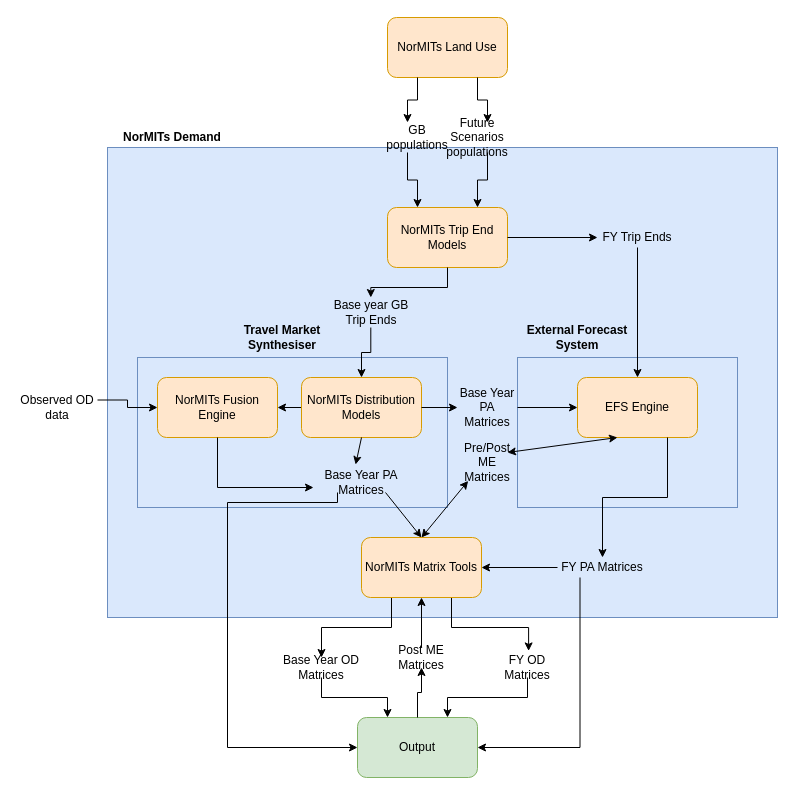
Earlier version of the draw.io diagram page "Demand Op Model" (1 of 2) of op_models/demand_op_model.drawio (Transport-for-the-North/NorMITs-Demand). Source tidied: cells renumbered, new cells numbered last; positions are measured from the earlier drawing's top-left corner, leaving out a move shared by most shapes. Both pictures are drawn from the tidied source at 100%, with x=0, y=0 at pixel (17, 17).
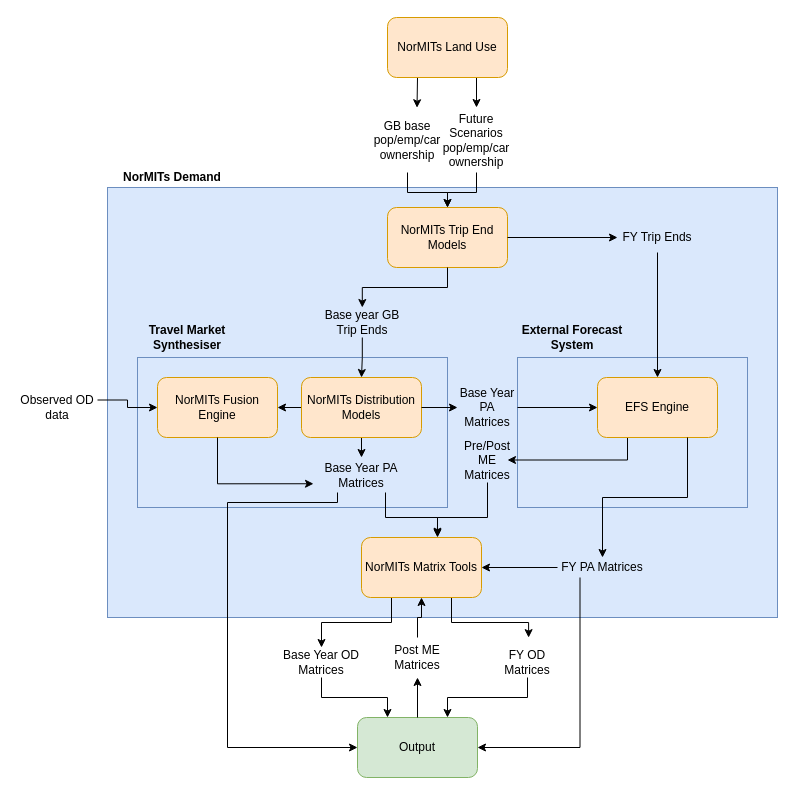
The same diagram, later.

The change refers to these unchanged cells:
```xml
<mxCell id="6" value="NorMITs Land Use" style="rounded=1;whiteSpace=wrap;html=1;fillColor=#ffe6cc;strokeColor=#d79b00;" parent="1" vertex="1">
  <mxGeometry x="370" width="120" height="60" as="geometry" />
</mxCell>
<mxCell id="9" value="NorMITs Trip End Models" style="rounded=1;whiteSpace=wrap;html=1;fillColor=#ffe6cc;strokeColor=#d79b00;" parent="1" vertex="1">
  <mxGeometry x="370" y="190" width="120" height="60" as="geometry" />
</mxCell>
<mxCell id="15" value="NorMITs Distribution Models" style="rounded=1;whiteSpace=wrap;html=1;fillColor=#ffe6cc;strokeColor=#d79b00;" parent="1" vertex="1">
  <mxGeometry x="284" y="360" width="120" height="60" as="geometry" />
</mxCell>
<mxCell id="18" value="NorMITs Matrix Tools" style="rounded=1;whiteSpace=wrap;html=1;fillColor=#ffe6cc;strokeColor=#d79b00;" parent="1" vertex="1">
  <mxGeometry x="344" y="520" width="120" height="60" as="geometry" />
</mxCell>
```

Change to the diagram source:
```diff
@@
     <mxCell id="2" style="rounded=0;whiteSpace=wrap;html=1;fillColor=#dae8fc;strokeColor=#6c8ebf;" parent="1" vertex="1">
-      <mxGeometry x="90" y="130" width="670" height="470" as="geometry" />
+      <mxGeometry x="90" y="170" width="670" height="430" as="geometry" />
     </mxCell>
@@
-    <mxCell id="4" style="edgeStyle=orthogonalEdgeStyle;rounded=0;jettySize=auto;html=1;exitX=0.25;exitY=1;exitDx=0;exitDy=0;entryX=0.25;entryY=0;entryDx=0;entryDy=0;" parent="1" edge="1" source="45" target="9">
-      <mxGeometry relative="1" as="geometry" />
-    </mxCell>
-    <mxCell id="5" style="edgeStyle=orthogonalEdgeStyle;rounded=0;jettySize=auto;html=1;exitX=0.75;exitY=1;exitDx=0;exitDy=0;entryX=0.75;entryY=0;entryDx=0;entryDy=0;" parent="1" edge="1" source="43" target="9">
-      <mxGeometry relative="1" as="geometry" />
-    </mxCell>
+    <mxCell id="44" style="edgeStyle=orthogonalEdgeStyle;rounded=0;jettySize=auto;html=1;exitX=0.75;exitY=1;exitDx=0;exitDy=0;entryX=0.5;entryY=0;entryDx=0;entryDy=0;" parent="1" edge="1" source="6" target="43">
+      <mxGeometry relative="1" as="geometry" />
+    </mxCell>
+    <mxCell id="46" style="edgeStyle=orthogonalEdgeStyle;rounded=0;jettySize=auto;html=1;exitX=0.25;exitY=1;exitDx=0;exitDy=0;entryX=0.619;entryY=0.004;entryDx=0;entryDy=0;entryPerimeter=0;" parent="1" edge="1" source="6" target="45">
+      <mxGeometry relative="1" as="geometry" />
+    </mxCell>
@@
     <mxCell id="7" value="NorMITs Demand" style="text;html=1;strokeColor=none;fillColor=none;align=center;verticalAlign=middle;whiteSpace=wrap;rounded=0;fontStyle=1;" parent="1" vertex="1">
-      <mxGeometry x="90" y="110" width="130" height="20" as="geometry" />
+      <mxGeometry x="90" y="150" width="130" height="20" as="geometry" />
     </mxCell>
@@
     <mxCell id="10" value="External Forecast System" style="text;html=1;strokeColor=none;fillColor=none;align=center;verticalAlign=middle;whiteSpace=wrap;rounded=0;fontStyle=1;" parent="1" vertex="1">
-      <mxGeometry x="505" y="310" width="110" height="20" as="geometry" />
+      <mxGeometry x="500" y="305" width="110" height="30" as="geometry" />
     </mxCell>
     <mxCell id="11" style="rounded=0;whiteSpace=wrap;html=1;fillColor=#dae8fc;strokeColor=#6c8ebf;" parent="1" vertex="1">
-      <mxGeometry x="500" y="340" width="220" height="150" as="geometry" />
+      <mxGeometry x="500" y="340" width="230" height="150" as="geometry" />
     </mxCell>
     <mxCell id="12" value="Travel Market Synthesiser" style="text;html=1;strokeColor=none;fillColor=none;align=center;verticalAlign=middle;whiteSpace=wrap;rounded=0;fontStyle=1;" parent="1" vertex="1">
-      <mxGeometry x="190" y="310" width="150" height="20" as="geometry" />
+      <mxGeometry x="120" y="305" width="100" height="30" as="geometry" />
     </mxCell>
@@
+    <mxCell id="29" style="edgeStyle=orthogonalEdgeStyle;rounded=0;jettySize=auto;html=1;exitX=0.5;exitY=1;exitDx=0;exitDy=0;entryX=0.5;entryY=0;entryDx=0;entryDy=0;" parent="1" edge="1" source="15" target="28">
+      <mxGeometry relative="1" as="geometry" />
+    </mxCell>
@@
-    <mxCell id="20" style="endArrow=classic;html=1;exitX=0.75;exitY=1;exitDx=0;exitDy=0;entryX=0.5;entryY=0;entryDx=0;entryDy=0;" parent="1" edge="1" source="28" target="18">
-      <mxGeometry relative="1" as="geometry" />
-    </mxCell>
@@
+    <mxCell id="55" style="edgeStyle=orthogonalEdgeStyle;rounded=0;jettySize=auto;html=1;exitX=0.25;exitY=1;exitDx=0;exitDy=0;entryX=1;entryY=0.5;entryDx=0;entryDy=0;" parent="1" edge="1" source="22" target="31">
+      <mxGeometry relative="1" as="geometry" />
+    </mxCell>
     <mxCell id="22" value="EFS Engine" style="rounded=1;whiteSpace=wrap;html=1;fillColor=#ffe6cc;strokeColor=#d79b00;" parent="1" vertex="1">
-      <mxGeometry x="560" y="360" width="120" height="60" as="geometry" />
+      <mxGeometry x="580" y="360" width="120" height="60" as="geometry" />
     </mxCell>
@@
+    <mxCell id="20" style="edgeStyle=orthogonalEdgeStyle;rounded=0;jettySize=auto;html=1;exitX=0.75;exitY=1;exitDx=0;exitDy=0;entryX=0.633;entryY=-0.022;entryDx=0;entryDy=0;entryPerimeter=0;" parent="1" edge="1" source="28" target="18">
+      <mxGeometry relative="1" as="geometry">
+        <Array as="points">
+          <mxPoint x="368" y="500" />
+          <mxPoint x="420" y="500" />
+        </Array>
+      </mxGeometry>
+    </mxCell>
     <mxCell id="28" value="Base Year PA Matrices" style="text;html=1;strokeColor=none;fillColor=none;align=center;verticalAlign=middle;whiteSpace=wrap;rounded=0;" parent="1" vertex="1">
-      <mxGeometry x="296" y="455" width="96" height="20" as="geometry" />
+      <mxGeometry x="296" y="440" width="96" height="35" as="geometry" />
     </mxCell>
-    <mxCell id="29" style="endArrow=classic;html=1;exitX=0.5;exitY=1;exitDx=0;exitDy=0;entryX=0.439;entryY=-0.397;entryDx=0;entryDy=0;entryPerimeter=0;" parent="1" edge="1" source="15" target="28">
-      <mxGeometry relative="1" as="geometry" />
-    </mxCell>
@@
+    <mxCell id="56" style="edgeStyle=orthogonalEdgeStyle;rounded=0;jettySize=auto;html=1;" parent="1" edge="1" source="31" target="18">
+      <mxGeometry relative="1" as="geometry">
+        <Array as="points">
+          <mxPoint x="470" y="500" />
+          <mxPoint x="420" y="500" />
+        </Array>
+      </mxGeometry>
+    </mxCell>
     <mxCell id="31" value="Pre/Post ME Matrices" style="text;html=1;strokeColor=none;fillColor=none;align=center;verticalAlign=middle;whiteSpace=wrap;rounded=0;" parent="1" vertex="1">
-      <mxGeometry x="450" y="435" width="40" height="20" as="geometry" />
+      <mxGeometry x="450" y="420" width="40" height="45" as="geometry" />
     </mxCell>
-    <mxCell id="32" style="endArrow=classic;startArrow=classic;html=1;exitX=0.5;exitY=0;exitDx=0;exitDy=0;entryX=0.016;entryY=1.421;entryDx=0;entryDy=0;entryPerimeter=0;" parent="1" edge="1" source="18" target="31">
-      <mxGeometry relative="1" as="geometry" />
-    </mxCell>
-    <mxCell id="33" style="endArrow=classic;startArrow=classic;html=1;exitX=1;exitY=0;exitDx=0;exitDy=0;entryX=0.333;entryY=1;entryDx=0;entryDy=0;entryPerimeter=0;" parent="1" edge="1" source="31" target="22">
-      <mxGeometry relative="1" as="geometry" />
-    </mxCell>
-    <mxCell id="34" style="edgeStyle=orthogonalEdgeStyle;rounded=0;jettySize=auto;html=1;exitX=0.5;exitY=0;exitDx=0;exitDy=0;entryX=0.5;entryY=1;entryDx=0;entryDy=0;" parent="1" edge="1" source="51" target="18">
-      <mxGeometry relative="1" as="geometry" />
-    </mxCell>
@@
     <mxCell id="40" value="FY OD Matrices" style="text;html=1;strokeColor=none;fillColor=none;align=center;verticalAlign=middle;whiteSpace=wrap;rounded=0;" parent="1" vertex="1">
-      <mxGeometry x="470" y="640" width="80" height="20" as="geometry" />
+      <mxGeometry x="470" y="630" width="80" height="30" as="geometry" />
     </mxCell>
@@
     <mxCell id="42" value="Base Year OD Matrices" style="text;html=1;strokeColor=none;fillColor=none;align=center;verticalAlign=middle;whiteSpace=wrap;rounded=0;" parent="1" vertex="1">
-      <mxGeometry x="264" y="640" width="80" height="20" as="geometry" />
+      <mxGeometry x="264" y="630" width="80" height="30" as="geometry" />
     </mxCell>
+    <mxCell id="5" style="edgeStyle=orthogonalEdgeStyle;rounded=0;jettySize=auto;html=1;exitX=0.5;exitY=1;exitDx=0;exitDy=0;entryX=0.5;entryY=0;entryDx=0;entryDy=0;" parent="1" edge="1" source="43" target="9">
+      <mxGeometry relative="1" as="geometry" />
+    </mxCell>
-    <mxCell id="43" value="Future Scenarios populations" style="text;html=1;strokeColor=none;fillColor=none;align=center;verticalAlign=middle;whiteSpace=wrap;rounded=0;" parent="1" vertex="1">
-      <mxGeometry x="440" y="105" width="40" height="30" as="geometry" />
+    <mxCell id="43" value="Future Scenarios pop/emp/car ownership" style="text;html=1;strokeColor=none;fillColor=none;align=center;verticalAlign=middle;whiteSpace=wrap;rounded=0;" parent="1" vertex="1">
+      <mxGeometry x="424" y="90" width="70" height="65" as="geometry" />
     </mxCell>
-    <mxCell id="44" style="edgeStyle=orthogonalEdgeStyle;rounded=0;jettySize=auto;html=1;exitX=0.75;exitY=1;exitDx=0;exitDy=0;entryX=0.75;entryY=0;entryDx=0;entryDy=0;" parent="1" edge="1" source="6" target="43">
-      <mxGeometry relative="1" as="geometry" />
-    </mxCell>
+    <mxCell id="4" style="edgeStyle=orthogonalEdgeStyle;rounded=0;jettySize=auto;html=1;exitX=0.5;exitY=1;exitDx=0;exitDy=0;entryX=0.5;entryY=0;entryDx=0;entryDy=0;" parent="1" edge="1" source="45" target="9">
+      <mxGeometry relative="1" as="geometry" />
+    </mxCell>
-    <mxCell id="45" value="GB populations" style="text;html=1;strokeColor=none;fillColor=none;align=center;verticalAlign=middle;whiteSpace=wrap;rounded=0;" parent="1" vertex="1">
-      <mxGeometry x="380" y="105" width="40" height="30" as="geometry" />
+    <mxCell id="45" value="GB base pop/emp/car ownership" style="text;html=1;strokeColor=none;fillColor=none;align=center;verticalAlign=middle;whiteSpace=wrap;rounded=0;" parent="1" vertex="1">
+      <mxGeometry x="350" y="90" width="80" height="65" as="geometry" />
     </mxCell>
-    <mxCell id="46" style="edgeStyle=orthogonalEdgeStyle;rounded=0;jettySize=auto;html=1;exitX=0.25;exitY=1;exitDx=0;exitDy=0;entryX=0.25;entryY=0;entryDx=0;entryDy=0;" parent="1" edge="1" source="6" target="45">
-      <mxGeometry relative="1" as="geometry" />
-    </mxCell>
     <mxCell id="47" value="Base year GB Trip Ends" style="text;html=1;strokeColor=none;fillColor=none;align=center;verticalAlign=middle;whiteSpace=wrap;rounded=0;" parent="1" vertex="1">
-      <mxGeometry x="314.5" y="280" width="77.5" height="30" as="geometry" />
+      <mxGeometry x="306" y="290" width="77.5" height="30" as="geometry" />
     </mxCell>
@@
     <mxCell id="49" value="FY Trip Ends" style="text;html=1;strokeColor=none;fillColor=none;align=center;verticalAlign=middle;whiteSpace=wrap;rounded=0;" parent="1" vertex="1">
-      <mxGeometry x="580" y="210" width="80" height="20" as="geometry" />
+      <mxGeometry x="600" y="205" width="80" height="30" as="geometry" />
     </mxCell>
@@
+    <mxCell id="34" style="edgeStyle=orthogonalEdgeStyle;rounded=0;jettySize=auto;html=1;exitX=0.5;exitY=0;exitDx=0;exitDy=0;entryX=0.5;entryY=1;entryDx=0;entryDy=0;" parent="1" edge="1" source="51" target="18">
+      <mxGeometry relative="1" as="geometry" />
+    </mxCell>
     <mxCell id="51" value="Post ME Matrices" style="text;html=1;strokeColor=none;fillColor=none;align=center;verticalAlign=middle;whiteSpace=wrap;rounded=0;" parent="1" vertex="1">
-      <mxGeometry x="384" y="630" width="40" height="20" as="geometry" />
+      <mxGeometry x="380" y="620" width="40" height="40" as="geometry" />
     </mxCell>
```
